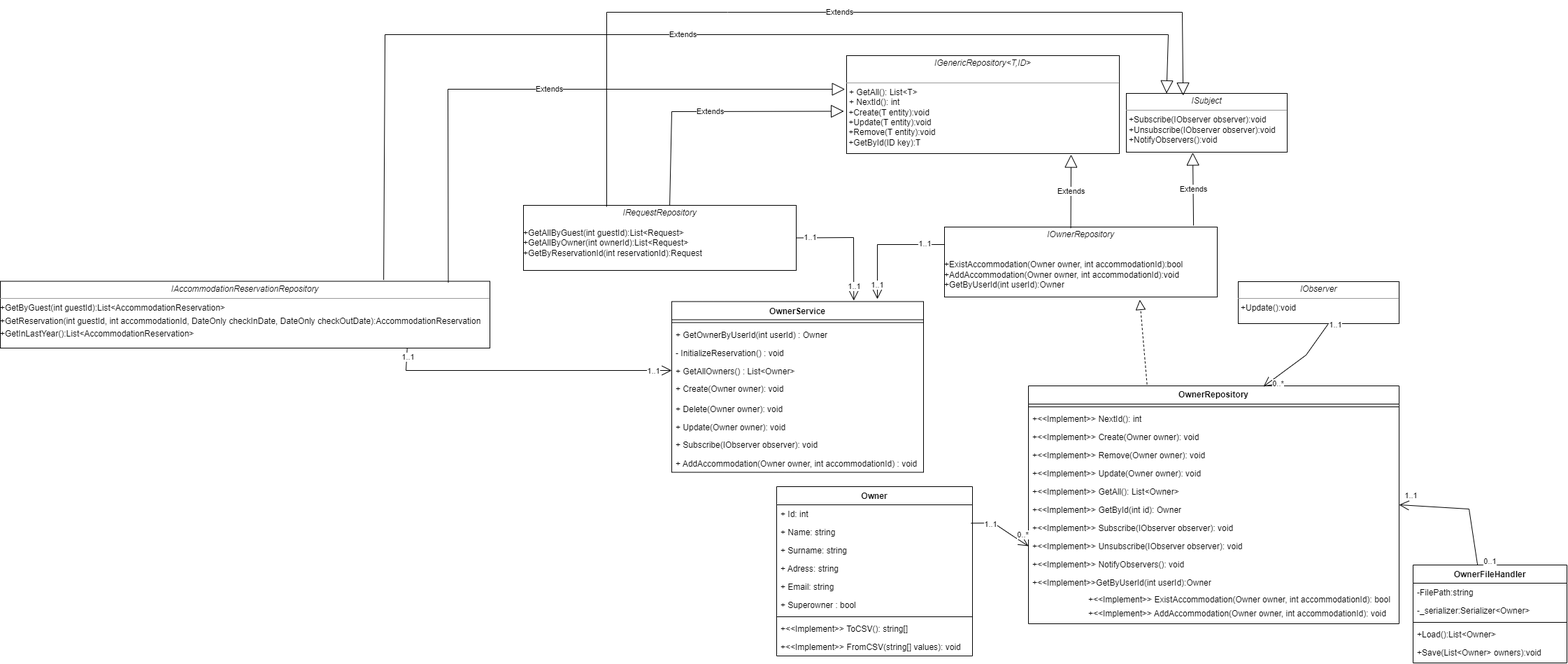
jblanusa13/SimsProjekat keeps this draw.io diagram as ProjectSims/ClassDiagram/Owner/OwnerFHRS.png. Above is the earlier version. Source tidied: cells renumbered, new cells last; positions are measured from the earlier drawing's top-left corner, leaving out a move shared by most shapes.
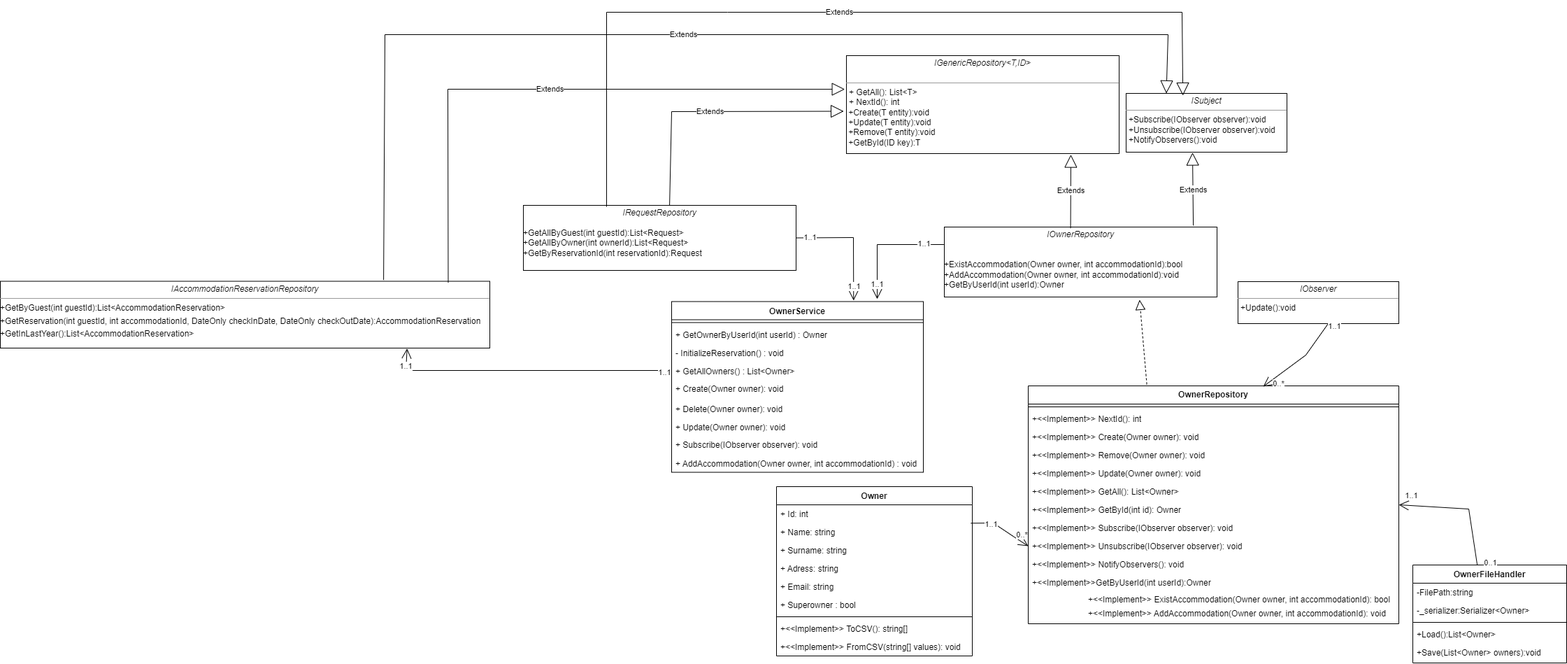
Above is the later version.

Diff of the diagram source:
```diff
@@ -109,9 +109,9 @@
     <mxCell id="27" value="Extends" style="endArrow=block;endSize=16;endFill=0;html=1;rounded=0;entryX=0.823;entryY=1.011;entryDx=0;entryDy=0;entryPerimeter=0;exitX=0.463;exitY=0.017;exitDx=0;exitDy=0;exitPerimeter=0;" parent="1" edge="1" source="22" target="5">
       <mxGeometry relative="1" as="geometry" />
     </mxCell>
-    <mxCell id="28" style="endArrow=open;endFill=1;endSize=12;html=1;rounded=0;exitX=0.831;exitY=1.006;exitDx=0;exitDy=0;exitPerimeter=0;" parent="1" edge="1" source="2">
+    <mxCell id="28" style="endArrow=open;endFill=1;endSize=12;html=1;rounded=0;exitX=0.831;exitY=1.006;exitDx=0;exitDy=0;exitPerimeter=0;entryX=0.831;entryY=1.006;entryDx=0;entryDy=0;entryPerimeter=0;" parent="1" edge="1" target="2">
       <mxGeometry relative="1" as="geometry">
-        <mxPoint x="960" y="512" as="targetPoint" />
+        <mxPoint x="960" y="512" as="sourcePoint" />
         <Array as="points">
           <mxPoint x="580" y="512" />
         </Array>
```
